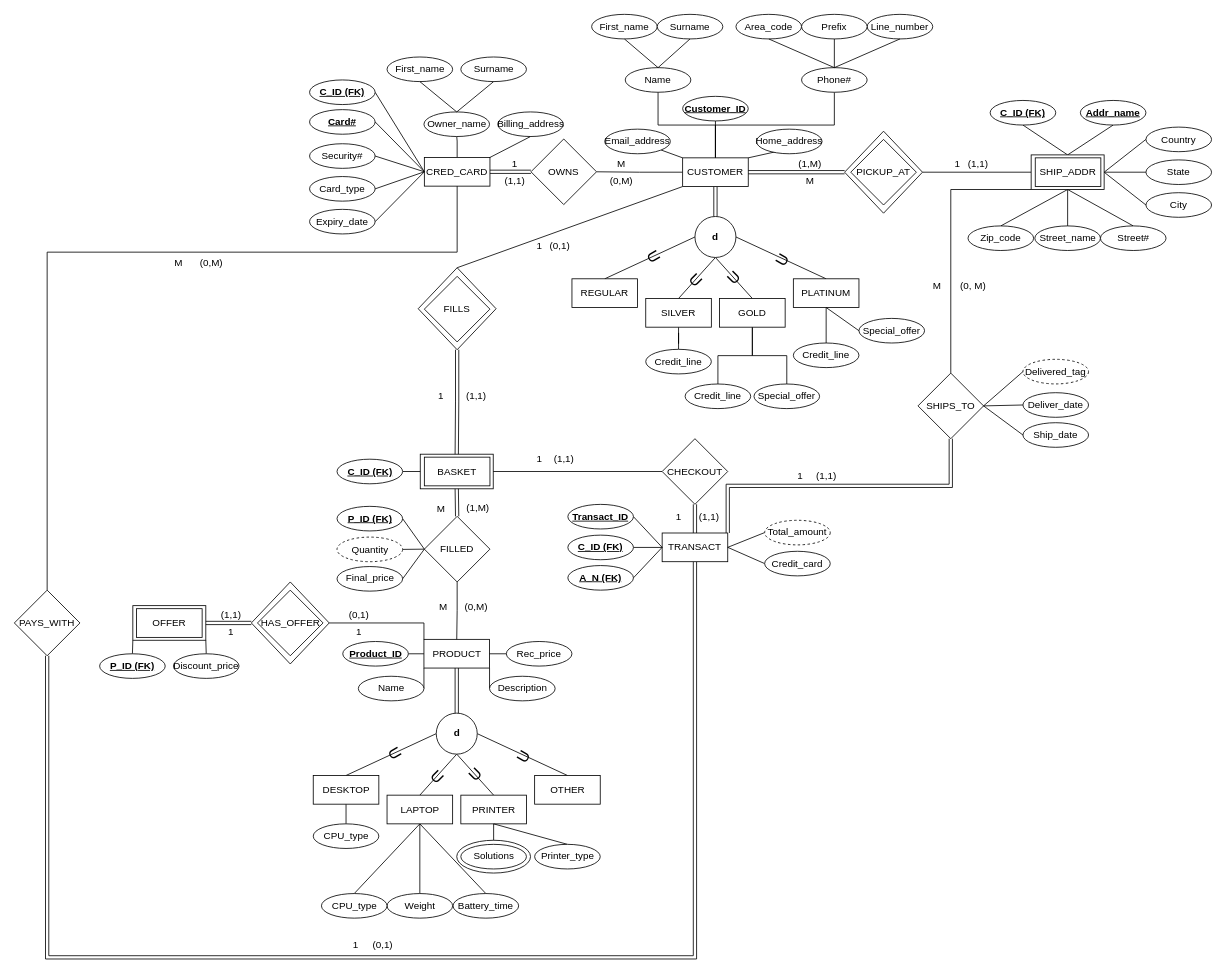
Above: Project-Deliverable-1.drawio in RyBres/Database-Project (draw.io), before the change. Source tidied: cells renumbered, new cells numbered last; positions are measured from the earlier drawing's top-left corner, leaving out a move shared by most shapes. Both pictures are drawn from the tidied source at 82%, with x=0, y=0 at pixel (14, 14).
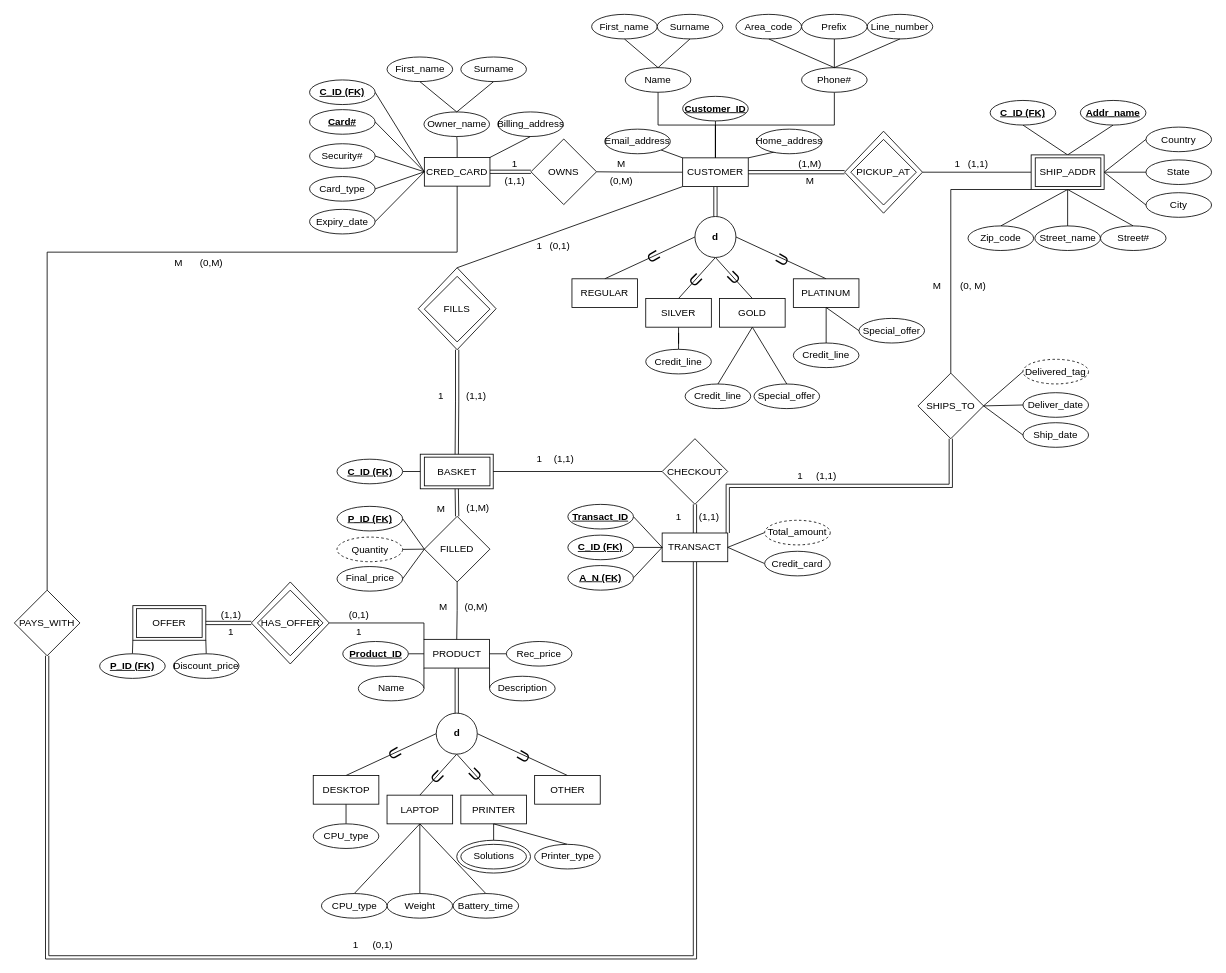
The same page after the edit.

The change refers to these unchanged cells:
```xml
<mxCell id="53" value="GOLD" style="rounded=0;whiteSpace=wrap;html=1;" parent="1" vertex="1">
  <mxGeometry x="860" y="346.5" width="80" height="35" as="geometry" />
</mxCell>
<mxCell id="59" value="Credit_line" style="ellipse;whiteSpace=wrap;html=1;" parent="1" vertex="1">
  <mxGeometry x="818" y="450.8" width="80" height="30" as="geometry" />
</mxCell>
<mxCell id="64" value="Special_offer" style="ellipse;whiteSpace=wrap;html=1;" parent="1" vertex="1">
  <mxGeometry x="902" y="450.8" width="80" height="30" as="geometry" />
</mxCell>
```

Diff of the diagram source:
```diff
@@
-    <mxCell id="51" style="edgeStyle=orthogonalEdgeStyle;rounded=0;jettySize=auto;html=1;endArrow=none;startFill=0;" parent="1" edge="1" source="53" target="59">
+    <mxCell id="51" style="rounded=0;jettySize=auto;html=1;endArrow=none;startFill=0;exitX=0.5;exitY=1;exitDx=0;exitDy=0;entryX=0.5;entryY=0;entryDx=0;entryDy=0;" parent="1" edge="1" source="53" target="59">
       <mxGeometry relative="1" as="geometry" />
     </mxCell>
-    <mxCell id="52" style="edgeStyle=orthogonalEdgeStyle;rounded=0;jettySize=auto;html=1;exitX=0.5;exitY=1;exitDx=0;exitDy=0;entryX=0.5;entryY=0;entryDx=0;entryDy=0;endArrow=none;startFill=0;" parent="1" edge="1" source="53" target="64">
+    <mxCell id="52" style="rounded=0;jettySize=auto;html=1;exitX=0.5;exitY=1;exitDx=0;exitDy=0;entryX=0.5;entryY=0;entryDx=0;entryDy=0;endArrow=none;startFill=0;" parent="1" edge="1" source="53" target="64">
       <mxGeometry relative="1" as="geometry" />
     </mxCell>
```
